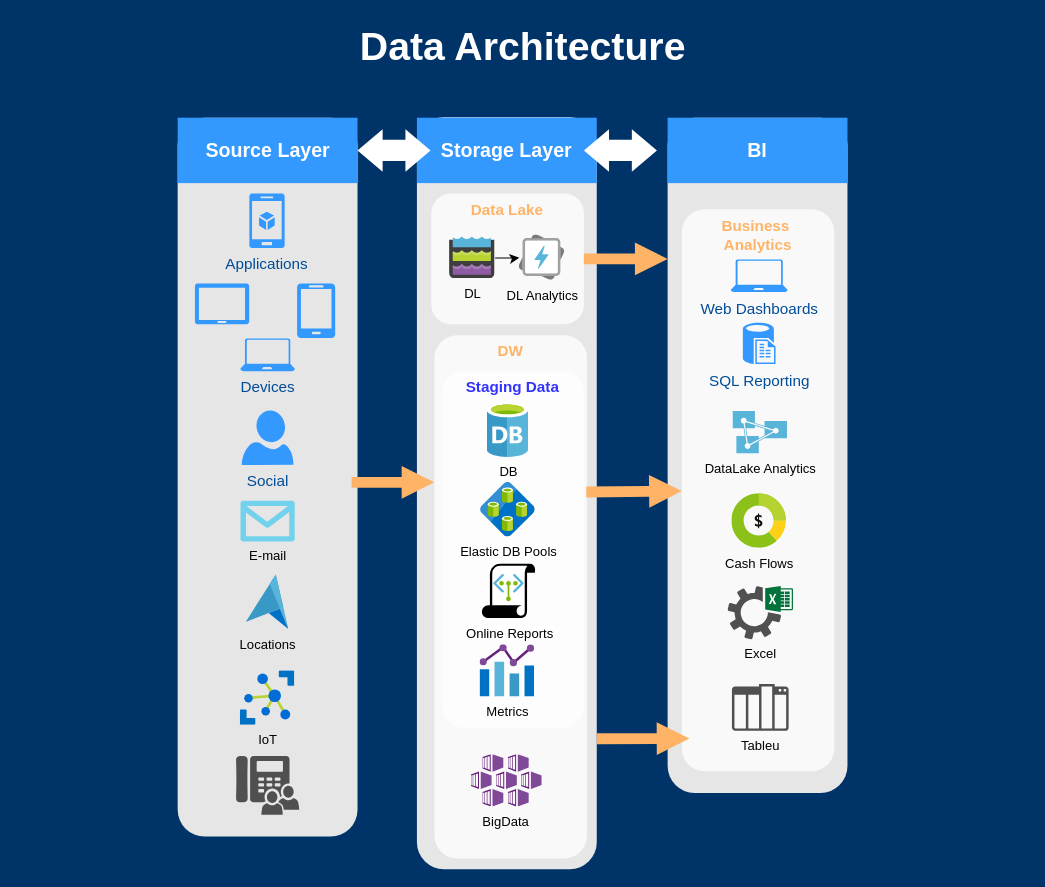
Mike-che/DE-101 keeps this draw.io diagram as Module1/Архитектура данных.drawio. Above is the earlier version. Source tidied: cells renumbered, new cells numbered last; positions are measured from the earlier drawing's top-left corner, leaving out a move shared by most shapes. Both pictures are drawn from the tidied source at 109%, with x=0, y=0 at pixel (19, 19).
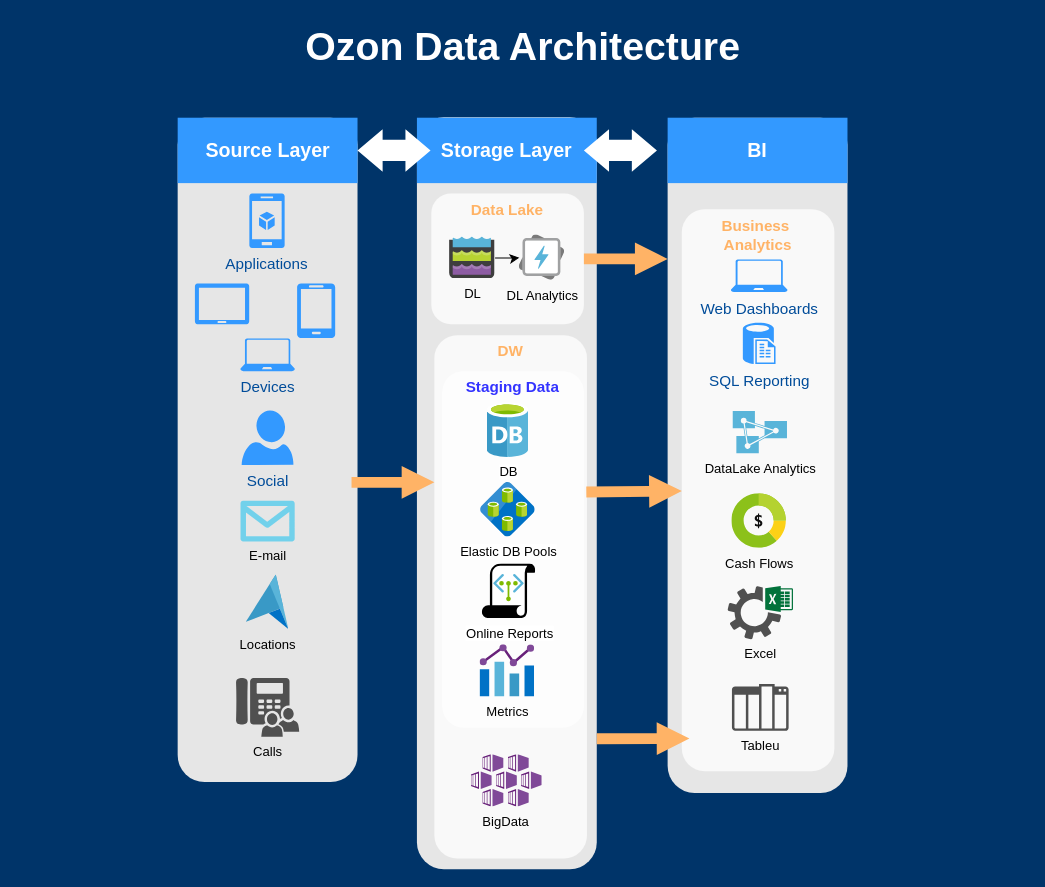
Above is the later version.

The edit, as a diff of the source:
```diff
@@
     <mxCell id="2" style="rounded=1;whiteSpace=wrap;html=1;dashed=1;strokeColor=none;strokeWidth=2;fillColor=#E6E6E6;fontFamily=Verdana;fontSize=12;fontColor=#00BEF2;" parent="1" vertex="1">
-      <mxGeometry x="145.5" y="90.5" width="165" height="659.5" as="geometry" />
+      <mxGeometry x="145.5" y="90.5" width="165" height="609.5" as="geometry" />
     </mxCell>
@@
-    <mxCell id="12" value="Data Architecture" style="text;html=1;strokeColor=none;fillColor=none;align=center;verticalAlign=middle;whiteSpace=wrap;overflow=hidden;dashed=1;fontSize=36;fontColor=#FFFFFF;fontFamily=Helvetica;fontStyle=1;" parent="1" vertex="1">
+    <mxCell id="12" value="Ozon Data Architecture" style="text;html=1;strokeColor=none;fillColor=none;align=center;verticalAlign=middle;whiteSpace=wrap;overflow=hidden;dashed=1;fontSize=36;fontColor=#FFFFFF;fontFamily=Helvetica;fontStyle=1;" parent="1" vertex="1">
       <mxGeometry width="925" height="50" as="geometry" />
     </mxCell>
@@
-    <mxCell id="33" value="IoT&lt;br&gt;" style="sketch=0;html=1;align=center;image;fontSize=12;image=img/lib/mscae/Azure_IoT_Hub.svg;shadow=0;fontColor=#000000;labelBackgroundColor=none;" parent="1" vertex="1">
-      <mxGeometry x="203" y="598" width="50" height="50" as="geometry" />
-    </mxCell>
@@
-    <mxCell id="40" style="sketch=0;shadow=0;dashed=0;html=1;strokeColor=none;fillColor=#505050;labelPosition=center;verticalLabelPosition=bottom;verticalAlign=top;align=center;shape=mxgraph.office.communications.response_group;labelBackgroundColor=none;fontColor=#000000;" parent="1" vertex="1">
-      <mxGeometry x="199" y="676" width="58" height="54" as="geometry" />
+    <mxCell id="40" value="Calls&lt;br&gt;" style="sketch=0;shadow=0;dashed=0;html=1;strokeColor=none;fillColor=#505050;labelPosition=center;verticalLabelPosition=bottom;verticalAlign=top;align=center;shape=mxgraph.office.communications.response_group;labelBackgroundColor=none;fontColor=#000000;" parent="1" vertex="1">
+      <mxGeometry x="199" y="604.5" width="58" height="54" as="geometry" />
     </mxCell>
```
